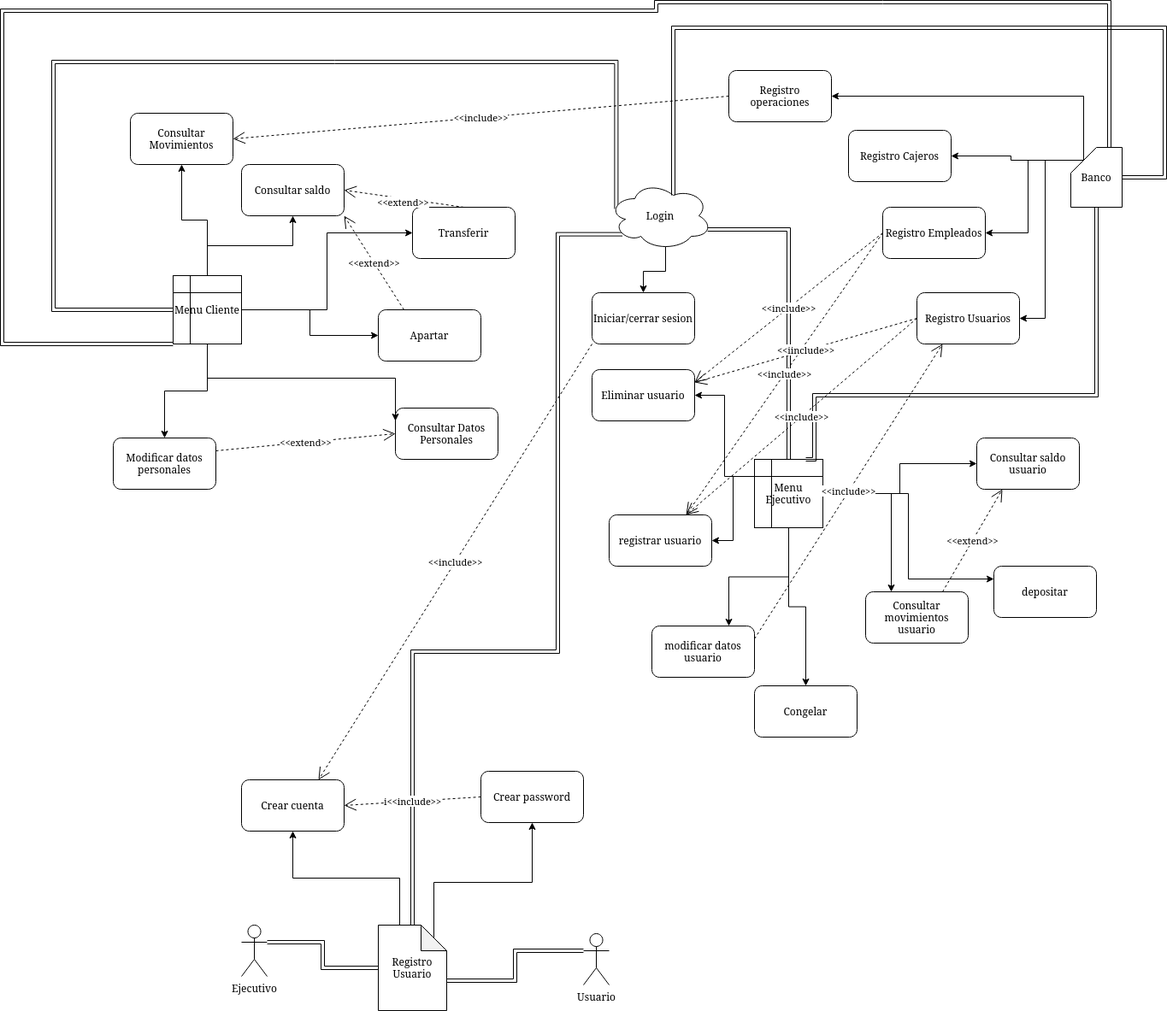
This is docs/imagenes/diagrama_casos_uso_def.drawio.png from ab-max-h/mkdocs, a draw.io export, as it was before one commit. Source tidied: cells renumbered, new cells last; positions are measured from the earlier drawing's top-left corner, leaving out a move shared by most shapes. The source it was exported from:
```xml
<mxGraphModel>
  <root>
    <mxCell id="0" />
    <mxCell id="1" parent="0" />
    <mxCell id="2" value="Usuario" style="shape=umlActor;verticalLabelPosition=bottom;verticalAlign=top;html=1;outlineConnect=0;" parent="1" vertex="1">
      <mxGeometry x="680" y="1090" width="30" height="60" as="geometry" />
    </mxCell>
    <mxCell id="3" style="edgeStyle=orthogonalEdgeStyle;rounded=0;jettySize=auto;html=1;exitX=0;exitY=0;exitDx=15;exitDy=15;exitPerimeter=0;entryX=1;entryY=0.5;entryDx=0;entryDy=0;" parent="1" edge="1" source="7" target="39">
      <mxGeometry relative="1" as="geometry">
        <Array as="points">
          <mxPoint x="1265" y="110" />
        </Array>
      </mxGeometry>
    </mxCell>
    <mxCell id="4" style="edgeStyle=orthogonalEdgeStyle;rounded=0;jettySize=auto;html=1;exitX=0;exitY=0;exitDx=15;exitDy=15;exitPerimeter=0;entryX=1;entryY=0.5;entryDx=0;entryDy=0;" parent="1" edge="1" source="7" target="40">
      <mxGeometry relative="1" as="geometry" />
    </mxCell>
    <mxCell id="5" style="edgeStyle=orthogonalEdgeStyle;rounded=0;jettySize=auto;html=1;exitX=0;exitY=0;exitDx=15;exitDy=15;exitPerimeter=0;entryX=1;entryY=0.5;entryDx=0;entryDy=0;" parent="1" edge="1" source="7" target="37">
      <mxGeometry relative="1" as="geometry" />
    </mxCell>
    <mxCell id="6" style="edgeStyle=orthogonalEdgeStyle;rounded=0;jettySize=auto;html=1;exitX=0;exitY=0;exitDx=15;exitDy=15;exitPerimeter=0;entryX=1;entryY=0.5;entryDx=0;entryDy=0;" parent="1" edge="1" source="7" target="38">
      <mxGeometry relative="1" as="geometry" />
    </mxCell>
    <mxCell id="7" value="Banco" style="shape=card;whiteSpace=wrap;html=1;" parent="1" vertex="1">
      <mxGeometry x="1250" y="170" width="60" height="70" as="geometry" />
    </mxCell>
    <mxCell id="8" value="Ejecutivo&lt;br&gt;" style="shape=umlActor;verticalLabelPosition=bottom;verticalAlign=top;html=1;outlineConnect=0;" parent="1" vertex="1">
      <mxGeometry x="280" y="1080" width="30" height="60" as="geometry" />
    </mxCell>
    <mxCell id="9" value="Iniciar/cerrar sesion" style="rounded=1;whiteSpace=wrap;html=1;" parent="1" vertex="1">
      <mxGeometry x="690" y="340" width="120" height="60" as="geometry" />
    </mxCell>
    <mxCell id="10" value="Consultar saldo" style="rounded=1;whiteSpace=wrap;html=1;" parent="1" vertex="1">
      <mxGeometry x="280" y="190" width="120" height="60" as="geometry" />
    </mxCell>
    <mxCell id="11" value="Transferir" style="rounded=1;whiteSpace=wrap;html=1;" parent="1" vertex="1">
      <mxGeometry x="480" y="240" width="120" height="60" as="geometry" />
    </mxCell>
    <mxCell id="12" value="Consultar Movimientos" style="rounded=1;whiteSpace=wrap;html=1;" parent="1" vertex="1">
      <mxGeometry x="150" y="130" width="120" height="60" as="geometry" />
    </mxCell>
    <mxCell id="13" value="Consultar saldo usuario" style="rounded=1;whiteSpace=wrap;html=1;" parent="1" vertex="1">
      <mxGeometry x="1140" y="510" width="120" height="60" as="geometry" />
    </mxCell>
    <mxCell id="14" value="Modificar datos personales" style="rounded=1;whiteSpace=wrap;html=1;" parent="1" vertex="1">
      <mxGeometry x="130" y="510" width="120" height="60" as="geometry" />
    </mxCell>
    <mxCell id="15" value="Apartar" style="rounded=1;whiteSpace=wrap;html=1;" parent="1" vertex="1">
      <mxGeometry x="440" y="360" width="120" height="60" as="geometry" />
    </mxCell>
    <mxCell id="16" value="Consultar Datos Personales" style="rounded=1;whiteSpace=wrap;html=1;" parent="1" vertex="1">
      <mxGeometry x="460" y="475" width="120" height="60" as="geometry" />
    </mxCell>
    <mxCell id="17" style="edgeStyle=orthogonalEdgeStyle;rounded=0;jettySize=auto;html=1;exitX=0.5;exitY=1;exitDx=0;exitDy=0;entryX=0.5;entryY=0;entryDx=0;entryDy=0;" parent="1" edge="1" source="23" target="14">
      <mxGeometry relative="1" as="geometry" />
    </mxCell>
    <mxCell id="18" style="edgeStyle=orthogonalEdgeStyle;rounded=0;jettySize=auto;html=1;exitX=0.5;exitY=1;exitDx=0;exitDy=0;entryX=0;entryY=0.25;entryDx=0;entryDy=0;" parent="1" edge="1" source="23" target="16">
      <mxGeometry relative="1" as="geometry">
        <Array as="points">
          <mxPoint x="240" y="440" />
          <mxPoint x="460" y="440" />
        </Array>
      </mxGeometry>
    </mxCell>
    <mxCell id="19" style="edgeStyle=orthogonalEdgeStyle;rounded=0;jettySize=auto;html=1;exitX=1;exitY=0.5;exitDx=0;exitDy=0;entryX=0;entryY=0.5;entryDx=0;entryDy=0;" parent="1" edge="1" source="23" target="11">
      <mxGeometry relative="1" as="geometry" />
    </mxCell>
    <mxCell id="20" style="edgeStyle=orthogonalEdgeStyle;rounded=0;jettySize=auto;html=1;exitX=1;exitY=0.5;exitDx=0;exitDy=0;entryX=0;entryY=0.5;entryDx=0;entryDy=0;" parent="1" edge="1" source="23" target="15">
      <mxGeometry relative="1" as="geometry" />
    </mxCell>
    <mxCell id="21" style="edgeStyle=orthogonalEdgeStyle;rounded=0;jettySize=auto;html=1;exitX=0.5;exitY=0;exitDx=0;exitDy=0;entryX=0.5;entryY=1;entryDx=0;entryDy=0;" parent="1" edge="1" source="23" target="12">
      <mxGeometry relative="1" as="geometry" />
    </mxCell>
    <mxCell id="22" style="edgeStyle=orthogonalEdgeStyle;rounded=0;jettySize=auto;html=1;exitX=0.5;exitY=0;exitDx=0;exitDy=0;entryX=0.5;entryY=1;entryDx=0;entryDy=0;" parent="1" edge="1" source="23" target="10">
      <mxGeometry relative="1" as="geometry" />
    </mxCell>
    <mxCell id="23" value="Menu Cliente&lt;br&gt;" style="shape=internalStorage;whiteSpace=wrap;html=1;backgroundOutline=1;" parent="1" vertex="1">
      <mxGeometry x="200" y="320" width="80" height="80" as="geometry" />
    </mxCell>
    <mxCell id="24" style="edgeStyle=orthogonalEdgeStyle;rounded=0;jettySize=auto;html=1;exitX=1;exitY=0.5;exitDx=0;exitDy=0;entryX=0;entryY=0.5;entryDx=0;entryDy=0;" parent="1" edge="1" source="31" target="13">
      <mxGeometry relative="1" as="geometry" />
    </mxCell>
    <mxCell id="25" style="edgeStyle=orthogonalEdgeStyle;rounded=0;jettySize=auto;html=1;exitX=1;exitY=0.5;exitDx=0;exitDy=0;entryX=0;entryY=0.25;entryDx=0;entryDy=0;" parent="1" edge="1" source="31" target="46">
      <mxGeometry relative="1" as="geometry" />
    </mxCell>
    <mxCell id="26" style="edgeStyle=orthogonalEdgeStyle;rounded=0;jettySize=auto;html=1;exitX=1;exitY=0.5;exitDx=0;exitDy=0;entryX=0.25;entryY=0;entryDx=0;entryDy=0;" parent="1" edge="1" source="31" target="41">
      <mxGeometry relative="1" as="geometry" />
    </mxCell>
    <mxCell id="27" style="edgeStyle=orthogonalEdgeStyle;rounded=0;jettySize=auto;html=1;exitX=0.5;exitY=1;exitDx=0;exitDy=0;entryX=0.75;entryY=0;entryDx=0;entryDy=0;" parent="1" edge="1" source="31" target="45">
      <mxGeometry relative="1" as="geometry" />
    </mxCell>
    <mxCell id="28" style="edgeStyle=orthogonalEdgeStyle;rounded=0;jettySize=auto;html=1;exitX=0.5;exitY=1;exitDx=0;exitDy=0;entryX=0.5;entryY=0;entryDx=0;entryDy=0;" parent="1" edge="1" source="31" target="42">
      <mxGeometry relative="1" as="geometry" />
    </mxCell>
    <mxCell id="29" style="edgeStyle=orthogonalEdgeStyle;rounded=0;jettySize=auto;html=1;exitX=0;exitY=0.25;exitDx=0;exitDy=0;entryX=1;entryY=0.5;entryDx=0;entryDy=0;" parent="1" edge="1" source="31" target="44">
      <mxGeometry relative="1" as="geometry" />
    </mxCell>
    <mxCell id="30" style="edgeStyle=orthogonalEdgeStyle;rounded=0;jettySize=auto;html=1;exitX=0;exitY=0.25;exitDx=0;exitDy=0;entryX=1;entryY=0.5;entryDx=0;entryDy=0;" parent="1" edge="1" source="31" target="43">
      <mxGeometry relative="1" as="geometry" />
    </mxCell>
    <mxCell id="31" value="Menu Ejecutivo" style="shape=internalStorage;whiteSpace=wrap;html=1;backgroundOutline=1;" parent="1" vertex="1">
      <mxGeometry x="880" y="535" width="80" height="80" as="geometry" />
    </mxCell>
    <mxCell id="32" style="edgeStyle=orthogonalEdgeStyle;rounded=0;jettySize=auto;html=1;exitX=0.07;exitY=0.4;exitDx=0;exitDy=0;exitPerimeter=0;entryX=0;entryY=0.5;entryDx=0;entryDy=0;shape=link;" parent="1" edge="1" source="36" target="23">
      <mxGeometry relative="1" as="geometry">
        <Array as="points">
          <mxPoint x="718" y="70" />
          <mxPoint x="60" y="70" />
          <mxPoint x="60" y="360" />
        </Array>
      </mxGeometry>
    </mxCell>
    <mxCell id="33" style="edgeStyle=orthogonalEdgeStyle;rounded=0;jettySize=auto;html=1;exitX=0.96;exitY=0.7;exitDx=0;exitDy=0;exitPerimeter=0;entryX=0.5;entryY=0;entryDx=0;entryDy=0;shape=link;" parent="1" edge="1" source="36" target="31">
      <mxGeometry relative="1" as="geometry" />
    </mxCell>
    <mxCell id="34" style="edgeStyle=orthogonalEdgeStyle;rounded=0;jettySize=auto;html=1;exitX=0.13;exitY=0.77;exitDx=0;exitDy=0;exitPerimeter=0;shape=link;" parent="1" edge="1" source="36" target="49">
      <mxGeometry relative="1" as="geometry">
        <Array as="points">
          <mxPoint x="650" y="272" />
          <mxPoint x="650" y="760" />
          <mxPoint x="480" y="760" />
        </Array>
      </mxGeometry>
    </mxCell>
    <mxCell id="35" style="edgeStyle=orthogonalEdgeStyle;rounded=0;jettySize=auto;html=1;exitX=0.55;exitY=0.95;exitDx=0;exitDy=0;exitPerimeter=0;entryX=0.5;entryY=0;entryDx=0;entryDy=0;" parent="1" edge="1" source="36" target="9">
      <mxGeometry relative="1" as="geometry" />
    </mxCell>
    <mxCell id="36" value="Login" style="ellipse;shape=cloud;whiteSpace=wrap;html=1;" parent="1" vertex="1">
      <mxGeometry x="710" y="210" width="120" height="80" as="geometry" />
    </mxCell>
    <mxCell id="37" value="Registro Empleados" style="rounded=1;whiteSpace=wrap;html=1;" parent="1" vertex="1">
      <mxGeometry x="1030" y="240" width="120" height="60" as="geometry" />
    </mxCell>
    <mxCell id="38" value="Registro Usuarios" style="rounded=1;whiteSpace=wrap;html=1;" parent="1" vertex="1">
      <mxGeometry x="1070" y="340" width="120" height="60" as="geometry" />
    </mxCell>
    <mxCell id="39" value="Registro operaciones" style="rounded=1;whiteSpace=wrap;html=1;" parent="1" vertex="1">
      <mxGeometry x="850" y="80" width="120" height="60" as="geometry" />
    </mxCell>
    <mxCell id="40" value="Registro Cajeros" style="rounded=1;whiteSpace=wrap;html=1;" parent="1" vertex="1">
      <mxGeometry x="990" y="150" width="120" height="60" as="geometry" />
    </mxCell>
    <mxCell id="41" value="Consultar movimientos usuario" style="rounded=1;whiteSpace=wrap;html=1;" parent="1" vertex="1">
      <mxGeometry x="1010" y="690" width="120" height="60" as="geometry" />
    </mxCell>
    <mxCell id="42" value="Congelar" style="rounded=1;whiteSpace=wrap;html=1;" parent="1" vertex="1">
      <mxGeometry x="880" y="800" width="120" height="60" as="geometry" />
    </mxCell>
    <mxCell id="43" value="registrar usuario" style="rounded=1;whiteSpace=wrap;html=1;" parent="1" vertex="1">
      <mxGeometry x="710" y="600" width="120" height="60" as="geometry" />
    </mxCell>
    <mxCell id="44" value="Eliminar usuario" style="rounded=1;whiteSpace=wrap;html=1;" parent="1" vertex="1">
      <mxGeometry x="690" y="430" width="120" height="60" as="geometry" />
    </mxCell>
    <mxCell id="45" value="modificar datos usuario" style="rounded=1;whiteSpace=wrap;html=1;" parent="1" vertex="1">
      <mxGeometry x="760" y="730" width="120" height="60" as="geometry" />
    </mxCell>
    <mxCell id="46" value="depositar" style="rounded=1;whiteSpace=wrap;html=1;" parent="1" vertex="1">
      <mxGeometry x="1160" y="660" width="120" height="60" as="geometry" />
    </mxCell>
    <mxCell id="47" style="edgeStyle=orthogonalEdgeStyle;rounded=0;jettySize=auto;html=1;exitX=0;exitY=0;exitDx=65;exitDy=15;exitPerimeter=0;entryX=0.5;entryY=1;entryDx=0;entryDy=0;" parent="1" edge="1" source="49" target="51">
      <mxGeometry relative="1" as="geometry">
        <Array as="points">
          <mxPoint x="505" y="1030" />
          <mxPoint x="620" y="1030" />
        </Array>
      </mxGeometry>
    </mxCell>
    <mxCell id="48" style="edgeStyle=orthogonalEdgeStyle;rounded=0;jettySize=auto;html=1;exitX=0;exitY=0;exitDx=25;exitDy=0;exitPerimeter=0;entryX=0.5;entryY=1;entryDx=0;entryDy=0;" parent="1" edge="1" source="49" target="50">
      <mxGeometry relative="1" as="geometry" />
    </mxCell>
    <mxCell id="49" value="Registro Usuario" style="shape=note;whiteSpace=wrap;html=1;backgroundOutline=1;darkOpacity=0.05;" parent="1" vertex="1">
      <mxGeometry x="440" y="1080" width="80" height="100" as="geometry" />
    </mxCell>
    <mxCell id="50" value="Crear cuenta" style="rounded=1;whiteSpace=wrap;html=1;" parent="1" vertex="1">
      <mxGeometry x="280" y="910" width="120" height="60" as="geometry" />
    </mxCell>
    <mxCell id="51" value="Crear password" style="rounded=1;whiteSpace=wrap;html=1;" parent="1" vertex="1">
      <mxGeometry x="560" y="900" width="120" height="60" as="geometry" />
    </mxCell>
    <mxCell id="52" style="edgeStyle=orthogonalEdgeStyle;rounded=0;jettySize=auto;html=1;exitX=0;exitY=0.3333333333333333;exitDx=0;exitDy=0;exitPerimeter=0;entryX=0;entryY=0;entryDx=80;entryDy=65;entryPerimeter=0;shape=link;" parent="1" edge="1" source="2" target="49">
      <mxGeometry relative="1" as="geometry" />
    </mxCell>
    <mxCell id="53" style="edgeStyle=orthogonalEdgeStyle;rounded=0;jettySize=auto;html=1;exitX=1;exitY=0.3333333333333333;exitDx=0;exitDy=0;exitPerimeter=0;entryX=0;entryY=0.5;entryDx=0;entryDy=0;entryPerimeter=0;shape=link;" parent="1" edge="1" source="8" target="49">
      <mxGeometry relative="1" as="geometry" />
    </mxCell>
    <mxCell id="54" style="edgeStyle=orthogonalEdgeStyle;rounded=0;jettySize=auto;html=1;exitX=0;exitY=1;exitDx=0;exitDy=0;entryX=0;entryY=0;entryDx=45;entryDy=0;entryPerimeter=0;shape=link;" parent="1" edge="1" source="23" target="7">
      <mxGeometry relative="1" as="geometry">
        <Array as="points">
          <mxPoint y="400" />
          <mxPoint y="10" />
          <mxPoint x="765" y="10" />
          <mxPoint x="765" />
          <mxPoint x="1295" />
        </Array>
      </mxGeometry>
    </mxCell>
    <mxCell id="55" style="edgeStyle=orthogonalEdgeStyle;rounded=0;jettySize=auto;html=1;exitX=0.75;exitY=0;exitDx=0;exitDy=0;entryX=0.5;entryY=1;entryDx=0;entryDy=0;entryPerimeter=0;shape=link;" parent="1" edge="1" source="31" target="7">
      <mxGeometry relative="1" as="geometry">
        <Array as="points">
          <mxPoint x="950" y="460" />
          <mxPoint x="1280" y="460" />
        </Array>
      </mxGeometry>
    </mxCell>
    <mxCell id="56" style="edgeStyle=orthogonalEdgeStyle;rounded=0;jettySize=auto;html=1;exitX=0.625;exitY=0.2;exitDx=0;exitDy=0;exitPerimeter=0;entryX=1;entryY=0.5;entryDx=0;entryDy=0;entryPerimeter=0;shape=link;" parent="1" edge="1" source="36" target="7">
      <mxGeometry relative="1" as="geometry">
        <Array as="points">
          <mxPoint x="785" y="30" />
          <mxPoint x="1360" y="30" />
          <mxPoint x="1360" y="205" />
        </Array>
      </mxGeometry>
    </mxCell>
    <mxCell id="57" value="&amp;lt;&amp;lt;include&amp;gt;&amp;gt;" style="endArrow=open;endSize=12;dashed=1;html=1;rounded=0;exitX=0;exitY=0.5;exitDx=0;exitDy=0;entryX=0.75;entryY=0;entryDx=0;entryDy=0;" parent="1" edge="1" source="38" target="43">
      <mxGeometry relative="1" as="geometry" />
    </mxCell>
    <mxCell id="58" value="&amp;lt;&amp;lt;include&amp;gt;&amp;gt;" style="endArrow=open;endSize=12;dashed=1;html=1;rounded=0;exitX=0;exitY=0.5;exitDx=0;exitDy=0;entryX=0.75;entryY=0;entryDx=0;entryDy=0;" parent="1" edge="1" source="37" target="43">
      <mxGeometry relative="1" as="geometry" />
    </mxCell>
    <mxCell id="59" style="endArrow=open;endSize=12;dashed=1;html=1;rounded=0;exitX=0.5;exitY=0;exitDx=0;exitDy=0;entryX=1;entryY=0.5;entryDx=0;entryDy=0;" parent="1" edge="1" source="11" target="10">
      <mxGeometry relative="1" as="geometry" />
    </mxCell>
    <mxCell id="60" value="&amp;lt;&amp;lt;extend&amp;gt;&amp;gt;" style="edgeLabel;html=1;align=center;verticalAlign=middle;" parent="59" vertex="1">
      <mxGeometry x="0.02" y="4" relative="1" as="geometry" />
    </mxCell>
    <mxCell id="61" value="&amp;lt;&amp;lt;extend&amp;gt;&amp;gt;" style="endArrow=open;endSize=12;dashed=1;html=1;rounded=0;exitX=0.25;exitY=0;exitDx=0;exitDy=0;entryX=1;entryY=1;entryDx=0;entryDy=0;" parent="1" edge="1" source="15" target="10">
      <mxGeometry relative="1" as="geometry" />
    </mxCell>
    <mxCell id="62" value="&amp;lt;&amp;lt;include&amp;gt;&amp;gt;" style="endArrow=open;endSize=12;dashed=1;html=1;rounded=0;exitX=0;exitY=0.5;exitDx=0;exitDy=0;entryX=1;entryY=0.5;entryDx=0;entryDy=0;" parent="1" edge="1" source="39" target="12">
      <mxGeometry relative="1" as="geometry" />
    </mxCell>
    <mxCell id="63" value="&amp;lt;&amp;lt;extend&amp;gt;&amp;gt;" style="endArrow=open;endSize=12;dashed=1;html=1;rounded=0;exitX=1;exitY=0.25;exitDx=0;exitDy=0;entryX=0;entryY=0.5;entryDx=0;entryDy=0;" parent="1" edge="1" source="14" target="16">
      <mxGeometry relative="1" as="geometry" />
    </mxCell>
    <mxCell id="64" value="&amp;lt;&amp;lt;include&amp;gt;&amp;gt;" style="endArrow=open;endSize=12;dashed=1;html=1;rounded=0;exitX=0;exitY=0.5;exitDx=0;exitDy=0;entryX=1;entryY=0.25;entryDx=0;entryDy=0;" parent="1" edge="1" source="37" target="44">
      <mxGeometry relative="1" as="geometry" />
    </mxCell>
    <mxCell id="65" value="&amp;lt;&amp;lt;iinclude&amp;gt;&amp;gt;" style="endArrow=open;endSize=12;dashed=1;html=1;rounded=0;exitX=0;exitY=0.5;exitDx=0;exitDy=0;entryX=1;entryY=0.25;entryDx=0;entryDy=0;" parent="1" edge="1" source="38" target="44">
      <mxGeometry relative="1" as="geometry" />
    </mxCell>
    <mxCell id="66" value="&amp;lt;&amp;lt;include&amp;gt;&amp;gt;" style="endArrow=open;endSize=12;dashed=1;html=1;rounded=0;exitX=0;exitY=1;exitDx=0;exitDy=0;entryX=0.75;entryY=0;entryDx=0;entryDy=0;" parent="1" edge="1" source="9" target="50">
      <mxGeometry relative="1" as="geometry" />
    </mxCell>
    <mxCell id="67" value="i&amp;lt;&amp;lt;include&amp;gt;&amp;gt;" style="endArrow=open;endSize=12;dashed=1;html=1;rounded=0;exitX=0;exitY=0.5;exitDx=0;exitDy=0;entryX=1;entryY=0.5;entryDx=0;entryDy=0;" parent="1" edge="1" source="51" target="50">
      <mxGeometry relative="1" as="geometry" />
    </mxCell>
    <mxCell id="68" value="&amp;lt;&amp;lt;extend&amp;gt;&amp;gt;" style="endArrow=open;endSize=12;dashed=1;html=1;rounded=0;exitX=0.75;exitY=0;exitDx=0;exitDy=0;entryX=0.25;entryY=1;entryDx=0;entryDy=0;" parent="1" edge="1" source="41" target="13">
      <mxGeometry relative="1" as="geometry" />
    </mxCell>
    <mxCell id="69" value="&amp;lt;&amp;lt;include&amp;gt;&amp;gt;" style="endArrow=open;endSize=12;dashed=1;html=1;rounded=0;exitX=1;exitY=0.25;exitDx=0;exitDy=0;entryX=0.25;entryY=1;entryDx=0;entryDy=0;" parent="1" edge="1" source="45" target="38">
      <mxGeometry relative="1" as="geometry" />
    </mxCell>
  </root>
</mxGraphModel>
```
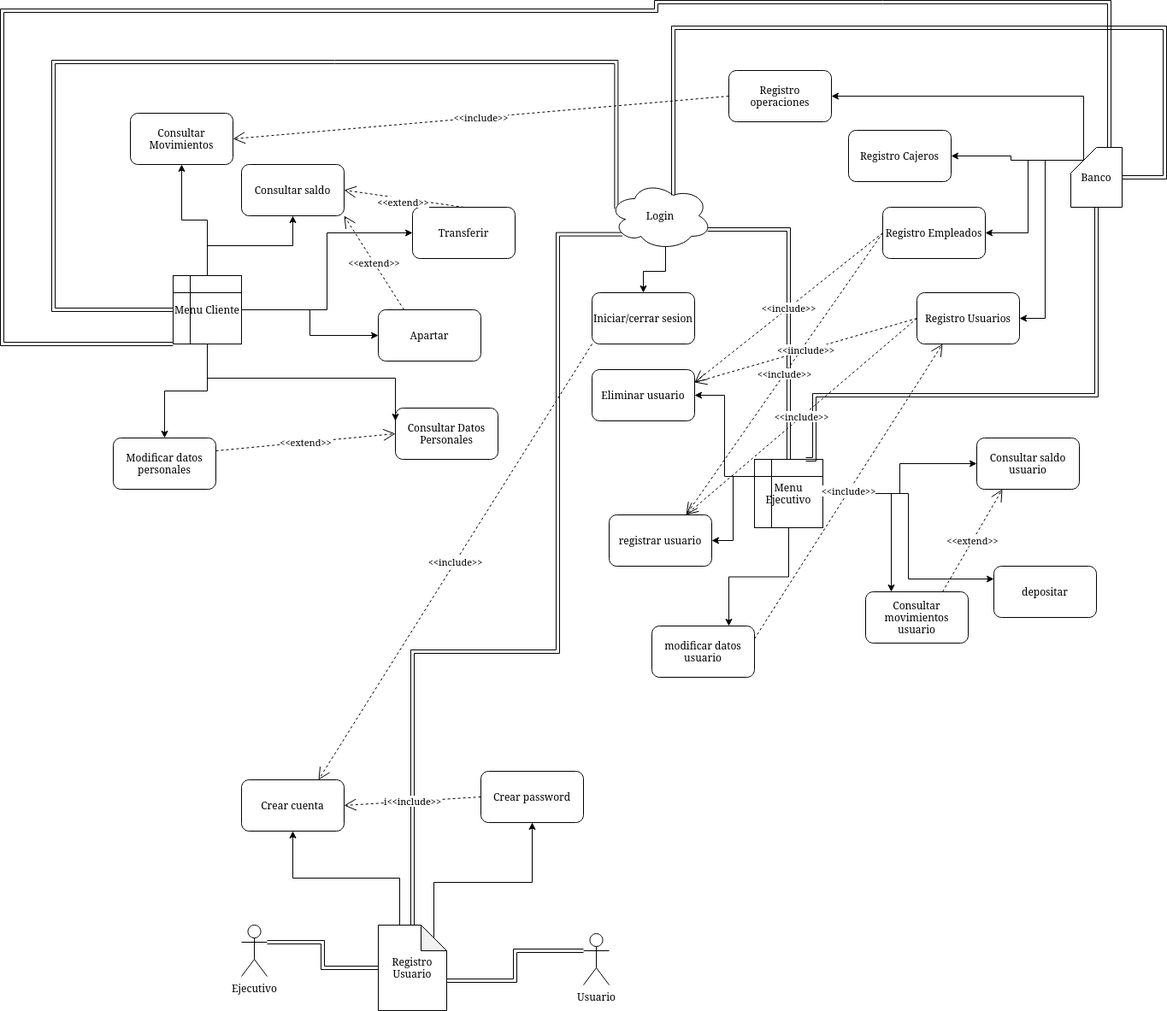
After the change.

The edit, as a diff of the source:
```diff
@@ -89,9 +89,6 @@
     <mxCell id="27" style="edgeStyle=orthogonalEdgeStyle;rounded=0;jettySize=auto;html=1;exitX=0.5;exitY=1;exitDx=0;exitDy=0;entryX=0.75;entryY=0;entryDx=0;entryDy=0;" parent="1" edge="1" source="31" target="45">
       <mxGeometry relative="1" as="geometry" />
     </mxCell>
-    <mxCell id="28" style="edgeStyle=orthogonalEdgeStyle;rounded=0;jettySize=auto;html=1;exitX=0.5;exitY=1;exitDx=0;exitDy=0;entryX=0.5;entryY=0;entryDx=0;entryDy=0;" parent="1" edge="1" source="31" target="42">
-      <mxGeometry relative="1" as="geometry" />
-    </mxCell>
     <mxCell id="29" style="edgeStyle=orthogonalEdgeStyle;rounded=0;jettySize=auto;html=1;exitX=0;exitY=0.25;exitDx=0;exitDy=0;entryX=1;entryY=0.5;entryDx=0;entryDy=0;" parent="1" edge="1" source="31" target="44">
       <mxGeometry relative="1" as="geometry" />
     </mxCell>
@@ -143,9 +140,6 @@
     <mxCell id="41" value="Consultar movimientos usuario" style="rounded=1;whiteSpace=wrap;html=1;" parent="1" vertex="1">
       <mxGeometry x="1010" y="690" width="120" height="60" as="geometry" />
     </mxCell>
-    <mxCell id="42" value="Congelar" style="rounded=1;whiteSpace=wrap;html=1;" parent="1" vertex="1">
-      <mxGeometry x="880" y="800" width="120" height="60" as="geometry" />
-    </mxCell>
     <mxCell id="43" value="registrar usuario" style="rounded=1;whiteSpace=wrap;html=1;" parent="1" vertex="1">
       <mxGeometry x="710" y="600" width="120" height="60" as="geometry" />
     </mxCell>
```
